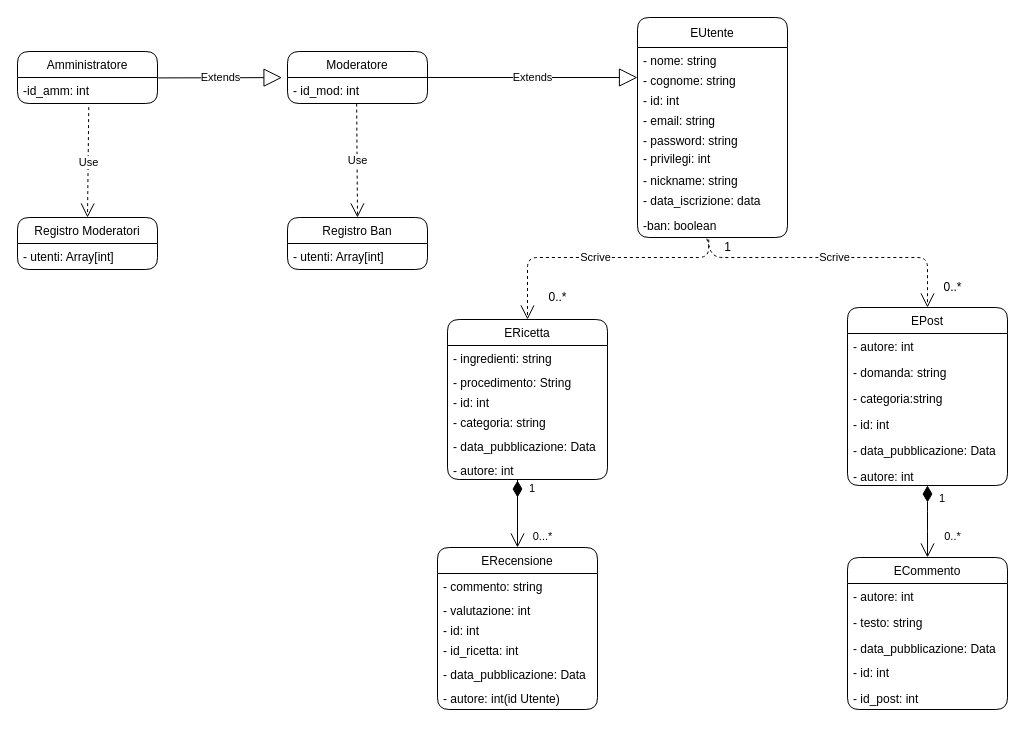
Earlier version of the draw.io diagram ChefsKiss_DomainModel.drawio (Lorislindo/ChefsKiss). Source tidied: cells renumbered, new cells numbered last; positions are measured from the earlier drawing's top-left corner, leaving out a move shared by most shapes. Both pictures are drawn from the tidied source at 100%, with x=0, y=0 at pixel (17, 17).
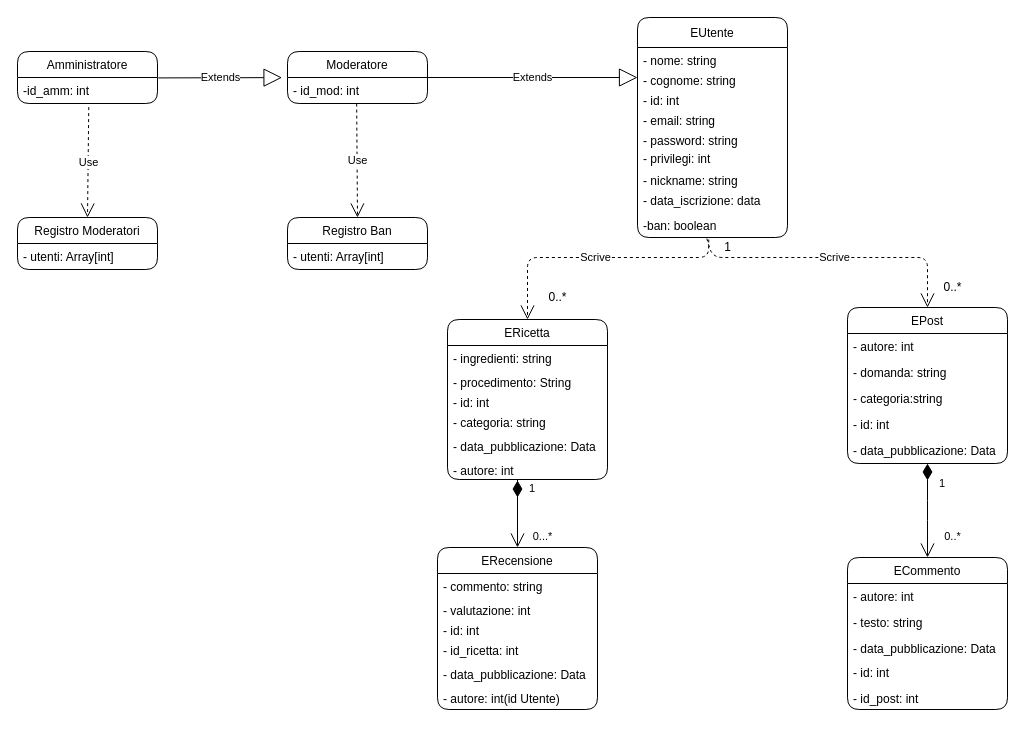
The same page after the edit.

The edit, as a diff of the source:
```diff
@@
     <mxCell id="21" value="EPost" style="swimlane;fontStyle=0;horizontal=1;startSize=26;fillColor=none;rounded=1;" parent="1" vertex="1">
-      <mxGeometry x="830" y="290" width="160" height="178" as="geometry" />
+      <mxGeometry x="830" y="290" width="160" height="156" as="geometry" />
     </mxCell>
@@
-    <mxCell id="27" value="- autore: int" style="text;strokeColor=none;fillColor=none;align=left;verticalAlign=top;spacingLeft=4;spacingRight=4;overflow=hidden;" parent="21" vertex="1">
-      <mxGeometry y="156" width="160" height="22" as="geometry" />
-    </mxCell>
```
